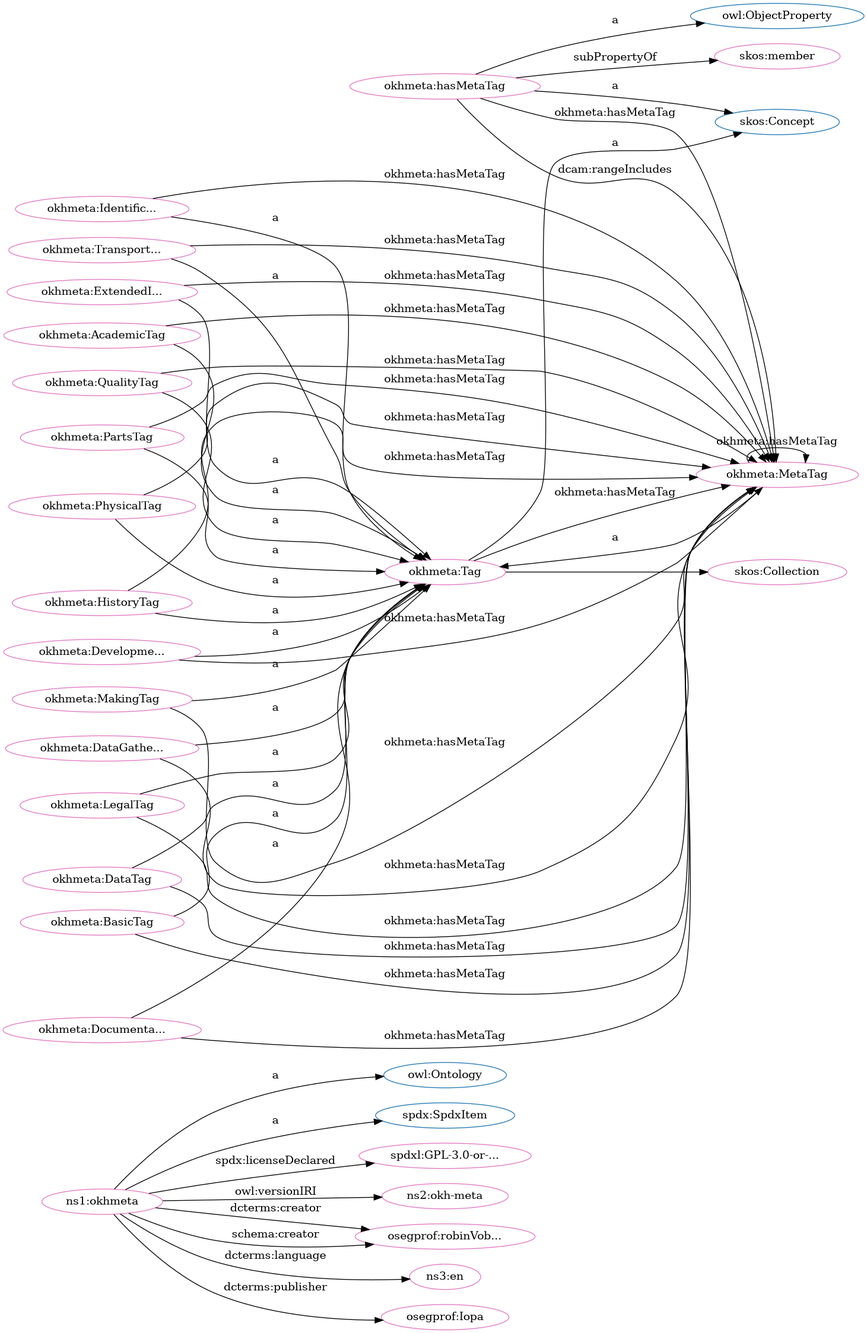
iop-alliance/OpenKnowHow keeps this Graphviz diagram as src/spec/dot_okh-meta.png. Above is the earlier version. Its source is kept beside it as src/spec/dot_okh-meta.dot.
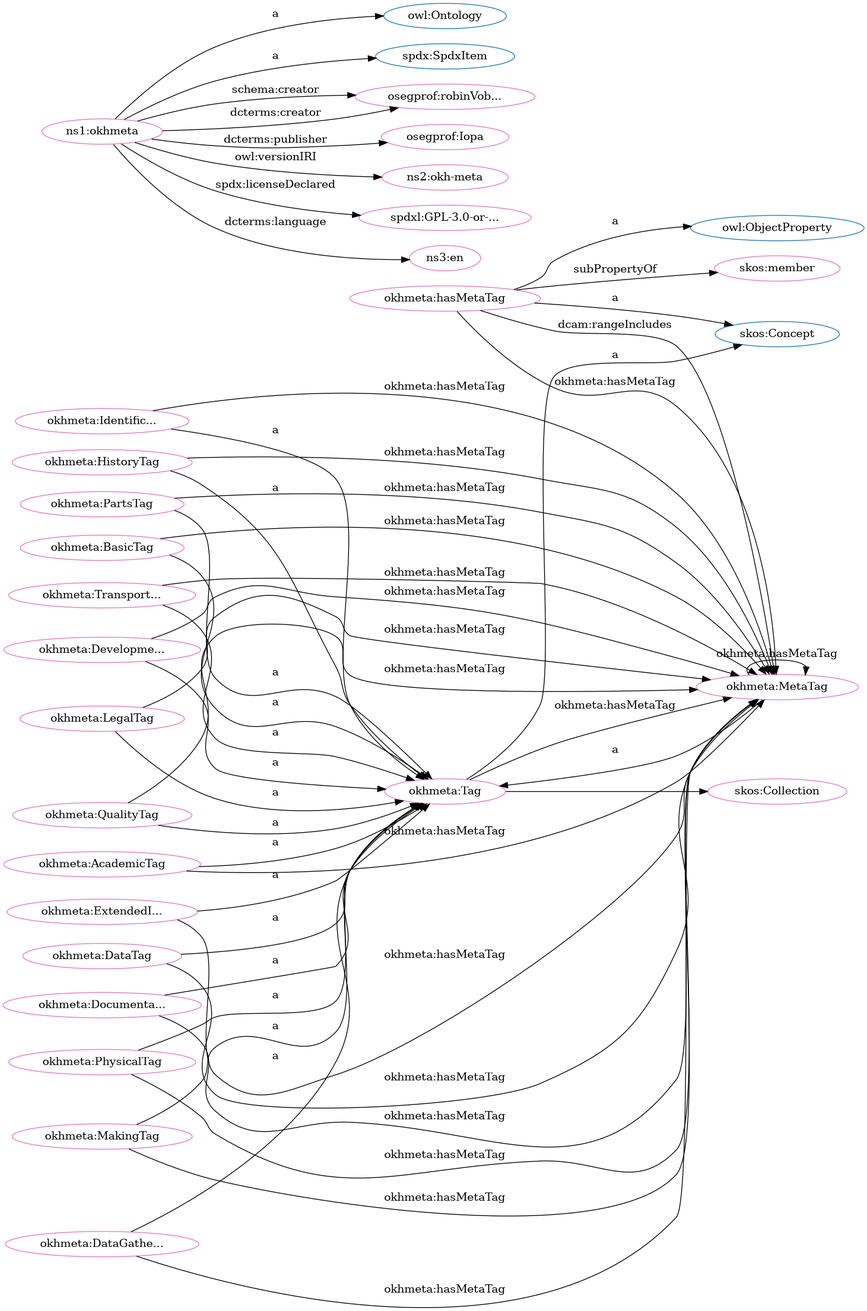
After the change.

Diff of the diagram source:
```diff
@@ -1,84 +1,84 @@
 digraph G {
   rankdir=BT
   node[height=.3]
+"http://www.w3.org/2004/02/skos/core#Collection" [fillcolor="#1f77b4" color="#1f77b4" label="skos:Collection"]
+"http://www.w3.org/2002/07/owl#ObjectProperty" [fillcolor="#1f77b4" color="#1f77b4" label="owl:ObjectProperty"]
+"http://www.w3.org/2004/02/skos/core#Concept" [fillcolor="#1f77b4" color="#1f77b4" label="skos:Concept"]
 "http://www.w3.org/2002/07/owl#Ontology" [fillcolor="#1f77b4" color="#1f77b4" label="owl:Ontology"]
-"http://www.w3.org/2004/02/skos/core#Collection" [fillcolor="#1f77b4" color="#1f77b4" label="skos:Collection"]
+"http://w3id.org/oseg/ont/okhmeta#Tag" [fillcolor="#1f77b4" color="#1f77b4" label="okhmeta:Tag"]
 "http://spdx.org/rdf/terms#SpdxItem" [fillcolor="#1f77b4" color="#1f77b4" label="spdx:SpdxItem"]
-"http://www.w3.org/2004/02/skos/core#Concept" [fillcolor="#1f77b4" color="#1f77b4" label="skos:Concept"]
-"http://www.w3.org/2002/07/owl#ObjectProperty" [fillcolor="#1f77b4" color="#1f77b4" label="owl:ObjectProperty"]
-"http://w3id.org/oseg/ont/okhmeta#Tag" [fillcolor="#1f77b4" color="#1f77b4" label="okhmeta:Tag"]
+"http://w3id.org/oseg/ont/okhmeta#MetaTag" [fillcolor="#e377c2" color="#e377c2" label="okhmeta:MetaTag"]
+"http://w3id.org/oseg/ont/okhmeta#TransportationTag" [fillcolor="#e377c2" color="#e377c2" label="okhmeta:Transport..."]
+"http://w3id.org/oseg/ont/okhmeta#PhysicalTag" [fillcolor="#e377c2" color="#e377c2" label="okhmeta:PhysicalTag"]
+"http://w3id.org/oseg/ont/okhmeta#IdentificationTag" [fillcolor="#e377c2" color="#e377c2" label="okhmeta:Identific..."]
+"http://w3id.org/oseg/ont/okhmeta#ExtendedInfoTag" [fillcolor="#e377c2" color="#e377c2" label="okhmeta:ExtendedI..."]
 "http://w3id.org/oseg/ont/okhmeta" [fillcolor="#e377c2" color="#e377c2" label="ns1:okhmeta"]
+"http://w3id.org/oseg/ont/oseg-profiles#robinVobruba" [fillcolor="#e377c2" color="#e377c2" label="osegprof:robinVob..."]
+"http://www.w3.org/2004/02/skos/core#member" [fillcolor="#e377c2" color="#e377c2" label="skos:member"]
+"http://w3id.org/oseg/ont/okhmeta#hasMetaTag" [fillcolor="#e377c2" color="#e377c2" label="okhmeta:hasMetaTag"]
+"http://w3id.org/oseg/ont/oseg-profiles#Iopa" [fillcolor="#e377c2" color="#e377c2" label="osegprof:Iopa"]
+"http://w3id.org/oseg/ont/okhmeta#DocumentationTag" [fillcolor="#e377c2" color="#e377c2" label="okhmeta:Documenta..."]
+"http://w3id.org/oseg/ont/okhmeta#HistoryTag" [fillcolor="#e377c2" color="#e377c2" label="okhmeta:HistoryTag"]
+"http://w3id.org/oseg/ont/1.1.0/okh-meta" [fillcolor="#e377c2" color="#e377c2" label="ns2:okh-meta"]
+"http://w3id.org/oseg/ont/okhmeta#PartsTag" [fillcolor="#e377c2" color="#e377c2" label="okhmeta:PartsTag"]
+"http://w3id.org/oseg/ont/okhmeta#Tag" [fillcolor="#e377c2" color="#e377c2" label="okhmeta:Tag"]
+"http://w3id.org/oseg/ont/okhmeta#AcademicTag" [fillcolor="#e377c2" color="#e377c2" label="okhmeta:AcademicTag"]
+"http://w3id.org/oseg/ont/okhmeta#DataGatheringTag" [fillcolor="#e377c2" color="#e377c2" label="okhmeta:DataGathe..."]
+"http://w3id.org/oseg/ont/okhmeta#LegalTag" [fillcolor="#e377c2" color="#e377c2" label="okhmeta:LegalTag"]
+"http://w3id.org/oseg/ont/okhmeta#MakingTag" [fillcolor="#e377c2" color="#e377c2" label="okhmeta:MakingTag"]
 "http://w3id.org/oseg/ont/okhmeta#QualityTag" [fillcolor="#e377c2" color="#e377c2" label="okhmeta:QualityTag"]
 "http://spdx.org/licenses/GPL-3.0-or-later" [fillcolor="#e377c2" color="#e377c2" label="spdxl:GPL-3.0-or-..."]
-"http://w3id.org/oseg/ont/1.1.0/okh-meta" [fillcolor="#e377c2" color="#e377c2" label="ns2:okh-meta"]
-"http://w3id.org/oseg/ont/okhmeta#MetaTag" [fillcolor="#e377c2" color="#e377c2" label="okhmeta:MetaTag"]
-"http://w3id.org/oseg/ont/okhmeta#Tag" [fillcolor="#e377c2" color="#e377c2" label="okhmeta:Tag"]
 "http://w3id.org/oseg/ont/okhmeta#DataTag" [fillcolor="#e377c2" color="#e377c2" label="okhmeta:DataTag"]
-"http://w3id.org/oseg/ont/okhmeta#IdentificationTag" [fillcolor="#e377c2" color="#e377c2" label="okhmeta:Identific..."]
-"http://w3id.org/oseg/ont/okhmeta#MakingTag" [fillcolor="#e377c2" color="#e377c2" label="okhmeta:MakingTag"]
-"http://w3id.org/oseg/ont/okhmeta#LegalTag" [fillcolor="#e377c2" color="#e377c2" label="okhmeta:LegalTag"]
-"http://www.w3.org/2004/02/skos/core#member" [fillcolor="#e377c2" color="#e377c2" label="skos:member"]
-"http://w3id.org/oseg/ont/okhmeta#TransportationTag" [fillcolor="#e377c2" color="#e377c2" label="okhmeta:Transport..."]
-"http://w3id.org/oseg/ont/okhmeta#ExtendedInfoTag" [fillcolor="#e377c2" color="#e377c2" label="okhmeta:ExtendedI..."]
-"http://w3id.org/oseg/ont/oseg-profiles#robinVobruba" [fillcolor="#e377c2" color="#e377c2" label="osegprof:robinVob..."]
 "http://w3id.org/oseg/ont/okhmeta#DevelopmentTag" [fillcolor="#e377c2" color="#e377c2" label="okhmeta:Developme..."]
-"http://w3id.org/oseg/ont/okhmeta#DocumentationTag" [fillcolor="#e377c2" color="#e377c2" label="okhmeta:Documenta..."]
-"http://w3id.org/oseg/ont/okhmeta#hasMetaTag" [fillcolor="#e377c2" color="#e377c2" label="okhmeta:hasMetaTag"]
-"http://w3id.org/oseg/ont/okhmeta#PhysicalTag" [fillcolor="#e377c2" color="#e377c2" label="okhmeta:PhysicalTag"]
+"http://id.loc.gov/vocabulary/iso639-1/en" [fillcolor="#e377c2" color="#e377c2" label="ns3:en"]
 "http://w3id.org/oseg/ont/okhmeta#BasicTag" [fillcolor="#e377c2" color="#e377c2" label="okhmeta:BasicTag"]
-"http://w3id.org/oseg/ont/okhmeta#HistoryTag" [fillcolor="#e377c2" color="#e377c2" label="okhmeta:HistoryTag"]
-"http://w3id.org/oseg/ont/okhmeta#DataGatheringTag" [fillcolor="#e377c2" color="#e377c2" label="okhmeta:DataGathe..."]
-"http://w3id.org/oseg/ont/okhmeta#PartsTag" [fillcolor="#e377c2" color="#e377c2" label="okhmeta:PartsTag"]
-"http://id.loc.gov/vocabulary/iso639-1/en" [fillcolor="#e377c2" color="#e377c2" label="ns3:en"]
 "http://www.w3.org/2004/02/skos/core#Collection" [fillcolor="#e377c2" color="#e377c2" label="skos:Collection"]
-"http://w3id.org/oseg/ont/okhmeta#AcademicTag" [fillcolor="#e377c2" color="#e377c2" label="okhmeta:AcademicTag"]
-"http://w3id.org/oseg/ont/oseg-profiles#Iopa" [fillcolor="#e377c2" color="#e377c2" label="osegprof:Iopa"]
+  "http://w3id.org/oseg/ont/okhmeta#hasMetaTag" -> "http://w3id.org/oseg/ont/okhmeta#MetaTag" [label="dcam:rangeIncludes"]
+  "http://w3id.org/oseg/ont/okhmeta#TransportationTag" -> "http://w3id.org/oseg/ont/okhmeta#MetaTag" [label="okhmeta:hasMetaTag"]
+  "http://w3id.org/oseg/ont/okhmeta#IdentificationTag" -> "http://w3id.org/oseg/ont/okhmeta#Tag" [label="a"]
+  "http://w3id.org/oseg/ont/okhmeta#PhysicalTag" -> "http://w3id.org/oseg/ont/okhmeta#MetaTag" [label="okhmeta:hasMetaTag"]
+  "http://w3id.org/oseg/ont/okhmeta#DocumentationTag" -> "http://w3id.org/oseg/ont/okhmeta#MetaTag" [label="okhmeta:hasMetaTag"]
+  "http://w3id.org/oseg/ont/okhmeta" -> "http://spdx.org/rdf/terms#SpdxItem" [label="a"]
+  "http://w3id.org/oseg/ont/okhmeta#LegalTag" -> "http://w3id.org/oseg/ont/okhmeta#MetaTag" [label="okhmeta:hasMetaTag"]
+  "http://w3id.org/oseg/ont/okhmeta#hasMetaTag" -> "http://www.w3.org/2004/02/skos/core#Concept" [label="a"]
+  "http://w3id.org/oseg/ont/okhmeta#MakingTag" -> "http://w3id.org/oseg/ont/okhmeta#MetaTag" [label="okhmeta:hasMetaTag"]
+  "http://w3id.org/oseg/ont/okhmeta" -> "http://w3id.org/oseg/ont/oseg-profiles#Iopa" [label="dcterms:publisher"]
+  "http://w3id.org/oseg/ont/okhmeta#DocumentationTag" -> "http://w3id.org/oseg/ont/okhmeta#Tag" [label="a"]
+  "http://w3id.org/oseg/ont/okhmeta#MetaTag" -> "http://w3id.org/oseg/ont/okhmeta#MetaTag" [label="okhmeta:hasMetaTag"]
+  "http://w3id.org/oseg/ont/okhmeta#DataTag" -> "http://w3id.org/oseg/ont/okhmeta#MetaTag" [label="okhmeta:hasMetaTag"]
+  "http://w3id.org/oseg/ont/okhmeta#BasicTag" -> "http://w3id.org/oseg/ont/okhmeta#MetaTag" [label="okhmeta:hasMetaTag"]
+  "http://w3id.org/oseg/ont/okhmeta#AcademicTag" -> "http://w3id.org/oseg/ont/okhmeta#Tag" [label="a"]
+  "http://w3id.org/oseg/ont/okhmeta#DataGatheringTag" -> "http://w3id.org/oseg/ont/okhmeta#Tag" [label="a"]
+  "http://w3id.org/oseg/ont/okhmeta" -> "http://spdx.org/licenses/GPL-3.0-or-later" [label="spdx:licenseDeclared"]
+  "http://w3id.org/oseg/ont/okhmeta#DataTag" -> "http://w3id.org/oseg/ont/okhmeta#Tag" [label="a"]
+  "http://w3id.org/oseg/ont/okhmeta#DevelopmentTag" -> "http://w3id.org/oseg/ont/okhmeta#Tag" [label="a"]
+  "http://w3id.org/oseg/ont/okhmeta" -> "http://id.loc.gov/vocabulary/iso639-1/en" [label="dcterms:language"]
+  "http://w3id.org/oseg/ont/okhmeta" -> "http://www.w3.org/2002/07/owl#Ontology" [label="a"]
+  "http://w3id.org/oseg/ont/okhmeta#TransportationTag" -> "http://w3id.org/oseg/ont/okhmeta#Tag" [label="a"]
+  "http://w3id.org/oseg/ont/okhmeta#hasMetaTag" -> "http://w3id.org/oseg/ont/okhmeta#MetaTag" [label="okhmeta:hasMetaTag"]
+  "http://w3id.org/oseg/ont/okhmeta#PhysicalTag" -> "http://w3id.org/oseg/ont/okhmeta#Tag" [label="a"]
+  "http://w3id.org/oseg/ont/okhmeta#ExtendedInfoTag" -> "http://w3id.org/oseg/ont/okhmeta#Tag" [label="a"]
+  "http://w3id.org/oseg/ont/okhmeta#HistoryTag" -> "http://w3id.org/oseg/ont/okhmeta#MetaTag" [label="okhmeta:hasMetaTag"]
+  "http://w3id.org/oseg/ont/okhmeta" -> "http://w3id.org/oseg/ont/oseg-profiles#robinVobruba" [label="schema:creator"]
+  "http://w3id.org/oseg/ont/okhmeta#MetaTag" -> "http://w3id.org/oseg/ont/okhmeta#Tag" [label="a"]
+  "http://w3id.org/oseg/ont/okhmeta#hasMetaTag" -> "http://www.w3.org/2004/02/skos/core#member" [label="subPropertyOf"]
+  "http://w3id.org/oseg/ont/okhmeta#DataGatheringTag" -> "http://w3id.org/oseg/ont/okhmeta#MetaTag" [label="okhmeta:hasMetaTag"]
+  "http://w3id.org/oseg/ont/okhmeta#PartsTag" -> "http://w3id.org/oseg/ont/okhmeta#MetaTag" [label="okhmeta:hasMetaTag"]
+  "http://w3id.org/oseg/ont/okhmeta#HistoryTag" -> "http://w3id.org/oseg/ont/okhmeta#Tag" [label="a"]
+  "http://w3id.org/oseg/ont/okhmeta" -> "http://w3id.org/oseg/ont/1.1.0/okh-meta" [label="owl:versionIRI"]
+  "http://w3id.org/oseg/ont/okhmeta#QualityTag" -> "http://w3id.org/oseg/ont/okhmeta#MetaTag" [label="okhmeta:hasMetaTag"]
+  "http://w3id.org/oseg/ont/okhmeta#hasMetaTag" -> "http://www.w3.org/2002/07/owl#ObjectProperty" [label="a"]
+  "http://w3id.org/oseg/ont/okhmeta#DevelopmentTag" -> "http://w3id.org/oseg/ont/okhmeta#MetaTag" [label="okhmeta:hasMetaTag"]
+  "http://w3id.org/oseg/ont/okhmeta#PartsTag" -> "http://w3id.org/oseg/ont/okhmeta#Tag" [label="a"]
+  "http://w3id.org/oseg/ont/okhmeta#Tag" -> "http://www.w3.org/2004/02/skos/core#Concept" [label="a"]
+  "http://w3id.org/oseg/ont/okhmeta" -> "http://w3id.org/oseg/ont/oseg-profiles#robinVobruba" [label="dcterms:creator"]
+  "http://w3id.org/oseg/ont/okhmeta#LegalTag" -> "http://w3id.org/oseg/ont/okhmeta#Tag" [label="a"]
+  "http://w3id.org/oseg/ont/okhmeta#MakingTag" -> "http://w3id.org/oseg/ont/okhmeta#Tag" [label="a"]
   "http://w3id.org/oseg/ont/okhmeta#QualityTag" -> "http://w3id.org/oseg/ont/okhmeta#Tag" [label="a"]
-  "http://w3id.org/oseg/ont/okhmeta#hasMetaTag" -> "http://w3id.org/oseg/ont/okhmeta#MetaTag" [label="okhmeta:hasMetaTag"]
-  "http://w3id.org/oseg/ont/okhmeta#DataTag" -> "http://w3id.org/oseg/ont/okhmeta#Tag" [label="a"]
-  "http://w3id.org/oseg/ont/okhmeta#QualityTag" -> "http://w3id.org/oseg/ont/okhmeta#MetaTag" [label="okhmeta:hasMetaTag"]
-  "http://w3id.org/oseg/ont/okhmeta" -> "http://www.w3.org/2002/07/owl#Ontology" [label="a"]
-  "http://w3id.org/oseg/ont/okhmeta#ExtendedInfoTag" -> "http://w3id.org/oseg/ont/okhmeta#Tag" [label="a"]
-  "http://w3id.org/oseg/ont/okhmeta" -> "http://w3id.org/oseg/ont/oseg-profiles#robinVobruba" [label="dcterms:creator"]
+  "http://w3id.org/oseg/ont/okhmeta#Tag" -> "http://w3id.org/oseg/ont/okhmeta#MetaTag" [label="okhmeta:hasMetaTag"]
   "http://w3id.org/oseg/ont/okhmeta#ExtendedInfoTag" -> "http://w3id.org/oseg/ont/okhmeta#MetaTag" [label="okhmeta:hasMetaTag"]
-  "http://w3id.org/oseg/ont/okhmeta#DevelopmentTag" -> "http://w3id.org/oseg/ont/okhmeta#Tag" [label="a"]
-  "http://w3id.org/oseg/ont/okhmeta#DocumentationTag" -> "http://w3id.org/oseg/ont/okhmeta#Tag" [label="a"]
-  "http://w3id.org/oseg/ont/okhmeta#PhysicalTag" -> "http://w3id.org/oseg/ont/okhmeta#Tag" [label="a"]
-  "http://w3id.org/oseg/ont/okhmeta#MetaTag" -> "http://w3id.org/oseg/ont/okhmeta#Tag" [label="a"]
-  "http://w3id.org/oseg/ont/okhmeta#DevelopmentTag" -> "http://w3id.org/oseg/ont/okhmeta#MetaTag" [label="okhmeta:hasMetaTag"]
-  "http://w3id.org/oseg/ont/okhmeta#DocumentationTag" -> "http://w3id.org/oseg/ont/okhmeta#MetaTag" [label="okhmeta:hasMetaTag"]
-  "http://w3id.org/oseg/ont/okhmeta#PhysicalTag" -> "http://w3id.org/oseg/ont/okhmeta#MetaTag" [label="okhmeta:hasMetaTag"]
-  "http://w3id.org/oseg/ont/okhmeta#hasMetaTag" -> "http://www.w3.org/2004/02/skos/core#Concept" [label="a"]
-  "http://w3id.org/oseg/ont/okhmeta#DataGatheringTag" -> "http://w3id.org/oseg/ont/okhmeta#MetaTag" [label="okhmeta:hasMetaTag"]
-  "http://w3id.org/oseg/ont/okhmeta#DataGatheringTag" -> "http://w3id.org/oseg/ont/okhmeta#Tag" [label="a"]
-  "http://w3id.org/oseg/ont/okhmeta#DataTag" -> "http://w3id.org/oseg/ont/okhmeta#MetaTag" [label="okhmeta:hasMetaTag"]
-  "http://w3id.org/oseg/ont/okhmeta#PartsTag" -> "http://w3id.org/oseg/ont/okhmeta#Tag" [label="a"]
-  "http://w3id.org/oseg/ont/okhmeta#HistoryTag" -> "http://w3id.org/oseg/ont/okhmeta#MetaTag" [label="okhmeta:hasMetaTag"]
+  "http://w3id.org/oseg/ont/okhmeta#AcademicTag" -> "http://w3id.org/oseg/ont/okhmeta#MetaTag" [label="okhmeta:hasMetaTag"]
+  "http://w3id.org/oseg/ont/okhmeta#IdentificationTag" -> "http://w3id.org/oseg/ont/okhmeta#MetaTag" [label="okhmeta:hasMetaTag"]
+  "http://w3id.org/oseg/ont/okhmeta#BasicTag" -> "http://w3id.org/oseg/ont/okhmeta#Tag" [label="a"]
   "http://w3id.org/oseg/ont/okhmeta#Tag" -> "http://www.w3.org/2004/02/skos/core#Collection" [label=""]
-  "http://w3id.org/oseg/ont/okhmeta#AcademicTag" -> "http://w3id.org/oseg/ont/okhmeta#MetaTag" [label="okhmeta:hasMetaTag"]
-  "http://w3id.org/oseg/ont/okhmeta#AcademicTag" -> "http://w3id.org/oseg/ont/okhmeta#Tag" [label="a"]
-  "http://w3id.org/oseg/ont/okhmeta#PartsTag" -> "http://w3id.org/oseg/ont/okhmeta#MetaTag" [label="okhmeta:hasMetaTag"]
-  "http://w3id.org/oseg/ont/okhmeta" -> "http://w3id.org/oseg/ont/oseg-profiles#Iopa" [label="dcterms:publisher"]
-  "http://w3id.org/oseg/ont/okhmeta" -> "http://spdx.org/rdf/terms#SpdxItem" [label="a"]
-  "http://w3id.org/oseg/ont/okhmeta" -> "http://spdx.org/licenses/GPL-3.0-or-later" [label="spdx:licenseDeclared"]
-  "http://w3id.org/oseg/ont/okhmeta" -> "http://w3id.org/oseg/ont/1.1.0/okh-meta" [label="owl:versionIRI"]
-  "http://w3id.org/oseg/ont/okhmeta#Tag" -> "http://www.w3.org/2004/02/skos/core#Concept" [label="a"]
-  "http://w3id.org/oseg/ont/okhmeta#IdentificationTag" -> "http://w3id.org/oseg/ont/okhmeta#MetaTag" [label="okhmeta:hasMetaTag"]
-  "http://w3id.org/oseg/ont/okhmeta#IdentificationTag" -> "http://w3id.org/oseg/ont/okhmeta#Tag" [label="a"]
-  "http://w3id.org/oseg/ont/okhmeta#MakingTag" -> "http://w3id.org/oseg/ont/okhmeta#Tag" [label="a"]
-  "http://w3id.org/oseg/ont/okhmeta#MetaTag" -> "http://w3id.org/oseg/ont/okhmeta#MetaTag" [label="okhmeta:hasMetaTag"]
-  "http://w3id.org/oseg/ont/okhmeta#MakingTag" -> "http://w3id.org/oseg/ont/okhmeta#MetaTag" [label="okhmeta:hasMetaTag"]
-  "http://w3id.org/oseg/ont/okhmeta#LegalTag" -> "http://w3id.org/oseg/ont/okhmeta#Tag" [label="a"]
-  "http://w3id.org/oseg/ont/okhmeta#hasMetaTag" -> "http://www.w3.org/2004/02/skos/core#member" [label="subPropertyOf"]
-  "http://w3id.org/oseg/ont/okhmeta#TransportationTag" -> "http://w3id.org/oseg/ont/okhmeta#Tag" [label="a"]
-  "http://w3id.org/oseg/ont/okhmeta#LegalTag" -> "http://w3id.org/oseg/ont/okhmeta#MetaTag" [label="okhmeta:hasMetaTag"]
-  "http://w3id.org/oseg/ont/okhmeta#TransportationTag" -> "http://w3id.org/oseg/ont/okhmeta#MetaTag" [label="okhmeta:hasMetaTag"]
-  "http://w3id.org/oseg/ont/okhmeta#Tag" -> "http://w3id.org/oseg/ont/okhmeta#MetaTag" [label="okhmeta:hasMetaTag"]
-  "http://w3id.org/oseg/ont/okhmeta#hasMetaTag" -> "http://www.w3.org/2002/07/owl#ObjectProperty" [label="a"]
-  "http://w3id.org/oseg/ont/okhmeta#BasicTag" -> "http://w3id.org/oseg/ont/okhmeta#Tag" [label="a"]
-  "http://w3id.org/oseg/ont/okhmeta#hasMetaTag" -> "http://w3id.org/oseg/ont/okhmeta#MetaTag" [label="dcam:rangeIncludes"]
-  "http://w3id.org/oseg/ont/okhmeta#HistoryTag" -> "http://w3id.org/oseg/ont/okhmeta#Tag" [label="a"]
-  "http://w3id.org/oseg/ont/okhmeta#BasicTag" -> "http://w3id.org/oseg/ont/okhmeta#MetaTag" [label="okhmeta:hasMetaTag"]
-  "http://w3id.org/oseg/ont/okhmeta" -> "http://w3id.org/oseg/ont/oseg-profiles#robinVobruba" [label="schema:creator"]
-  "http://w3id.org/oseg/ont/okhmeta" -> "http://id.loc.gov/vocabulary/iso639-1/en" [label="dcterms:language"]
 }
```
